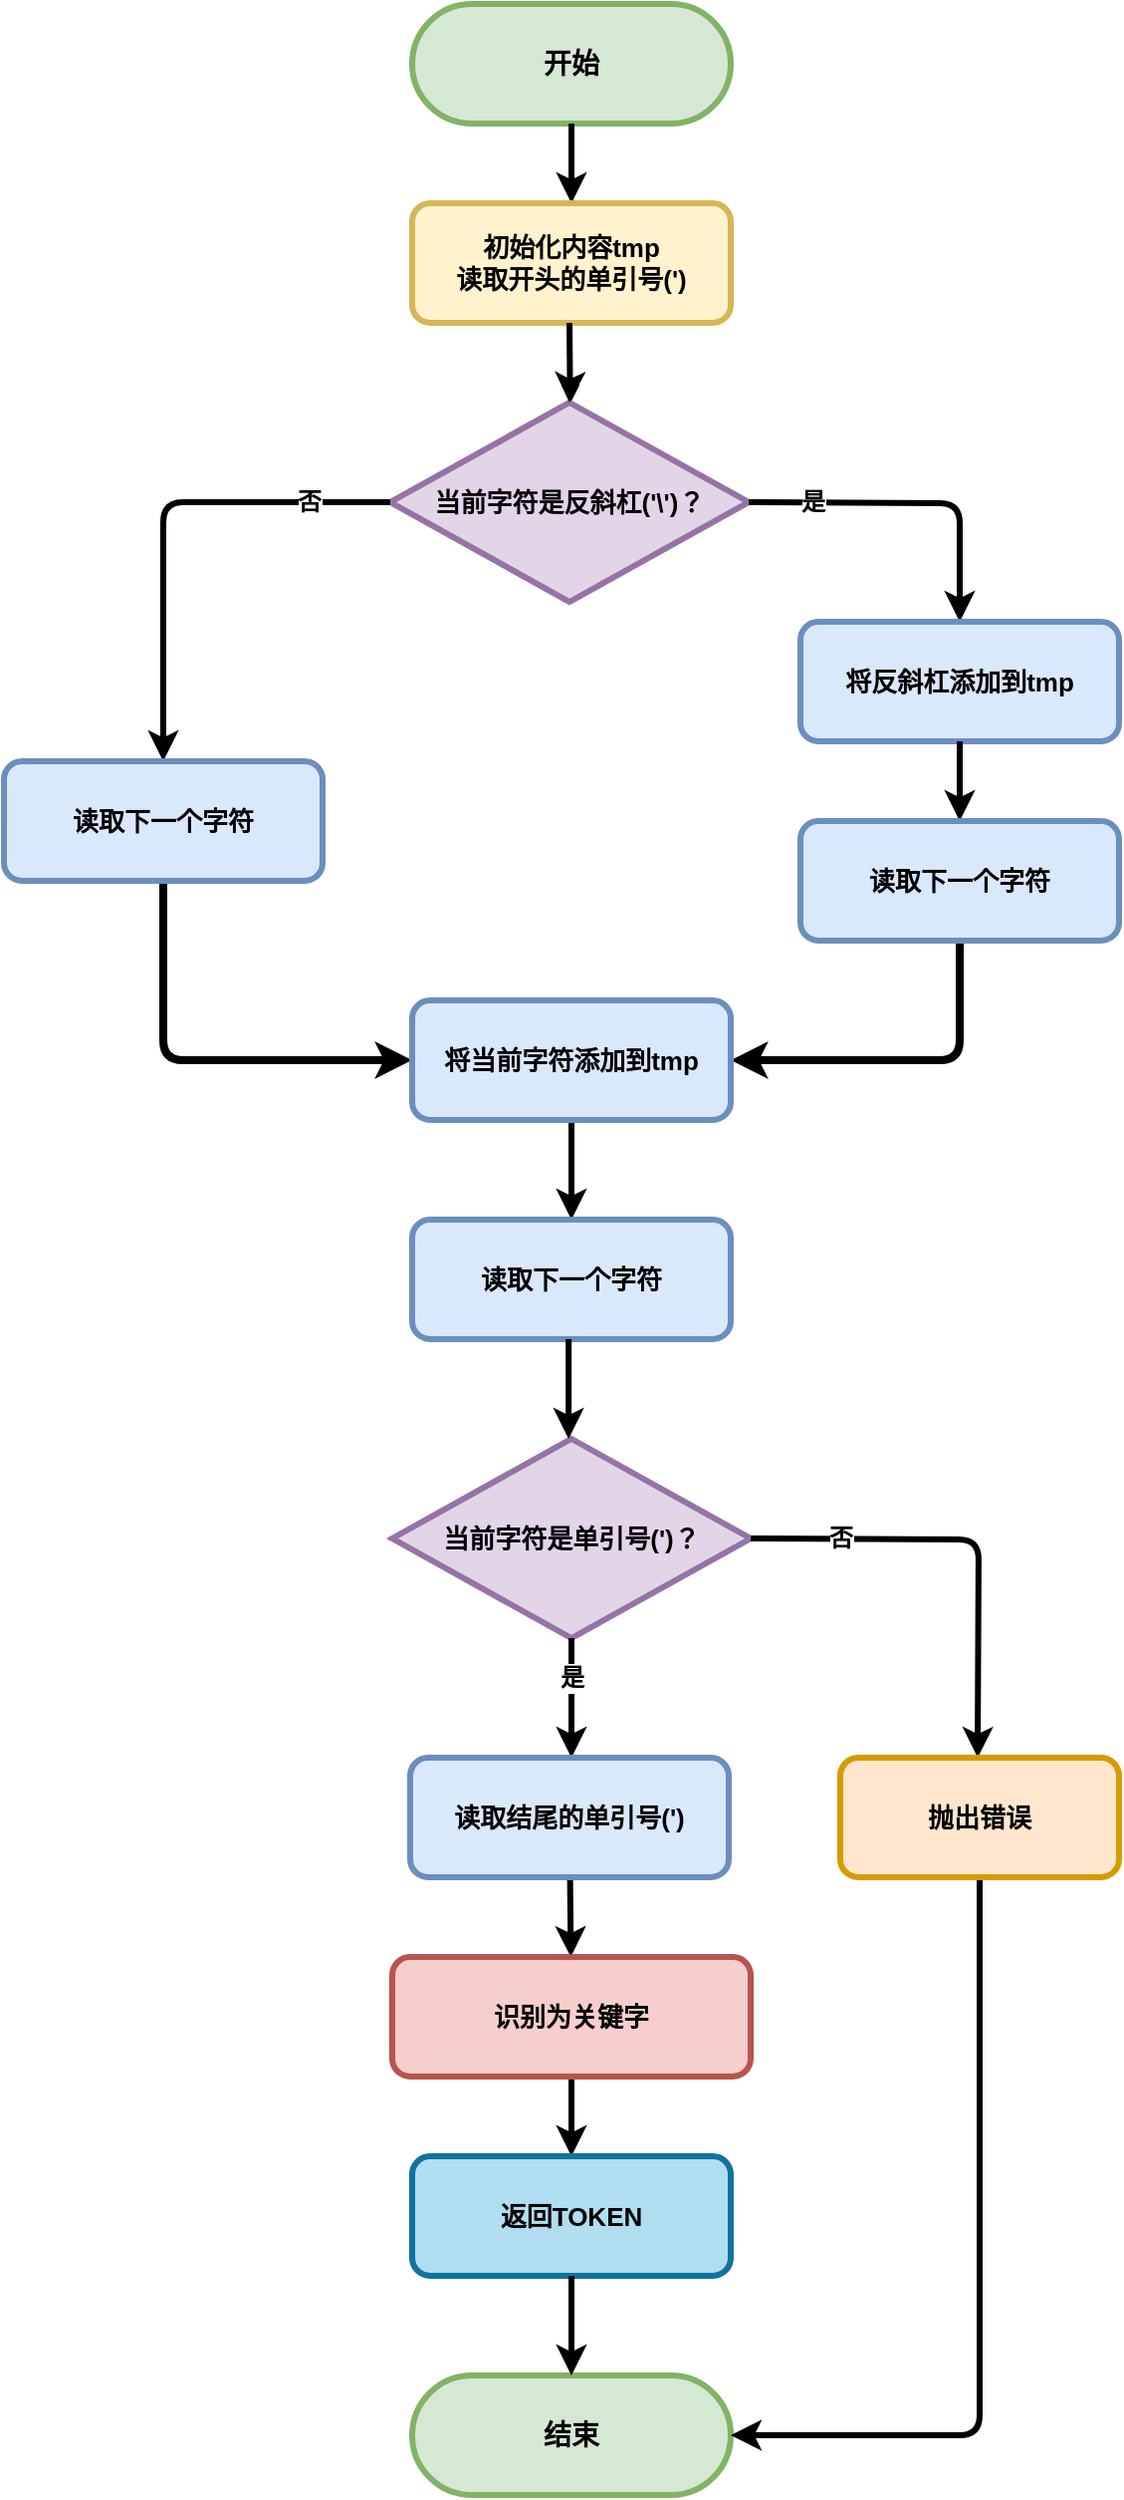
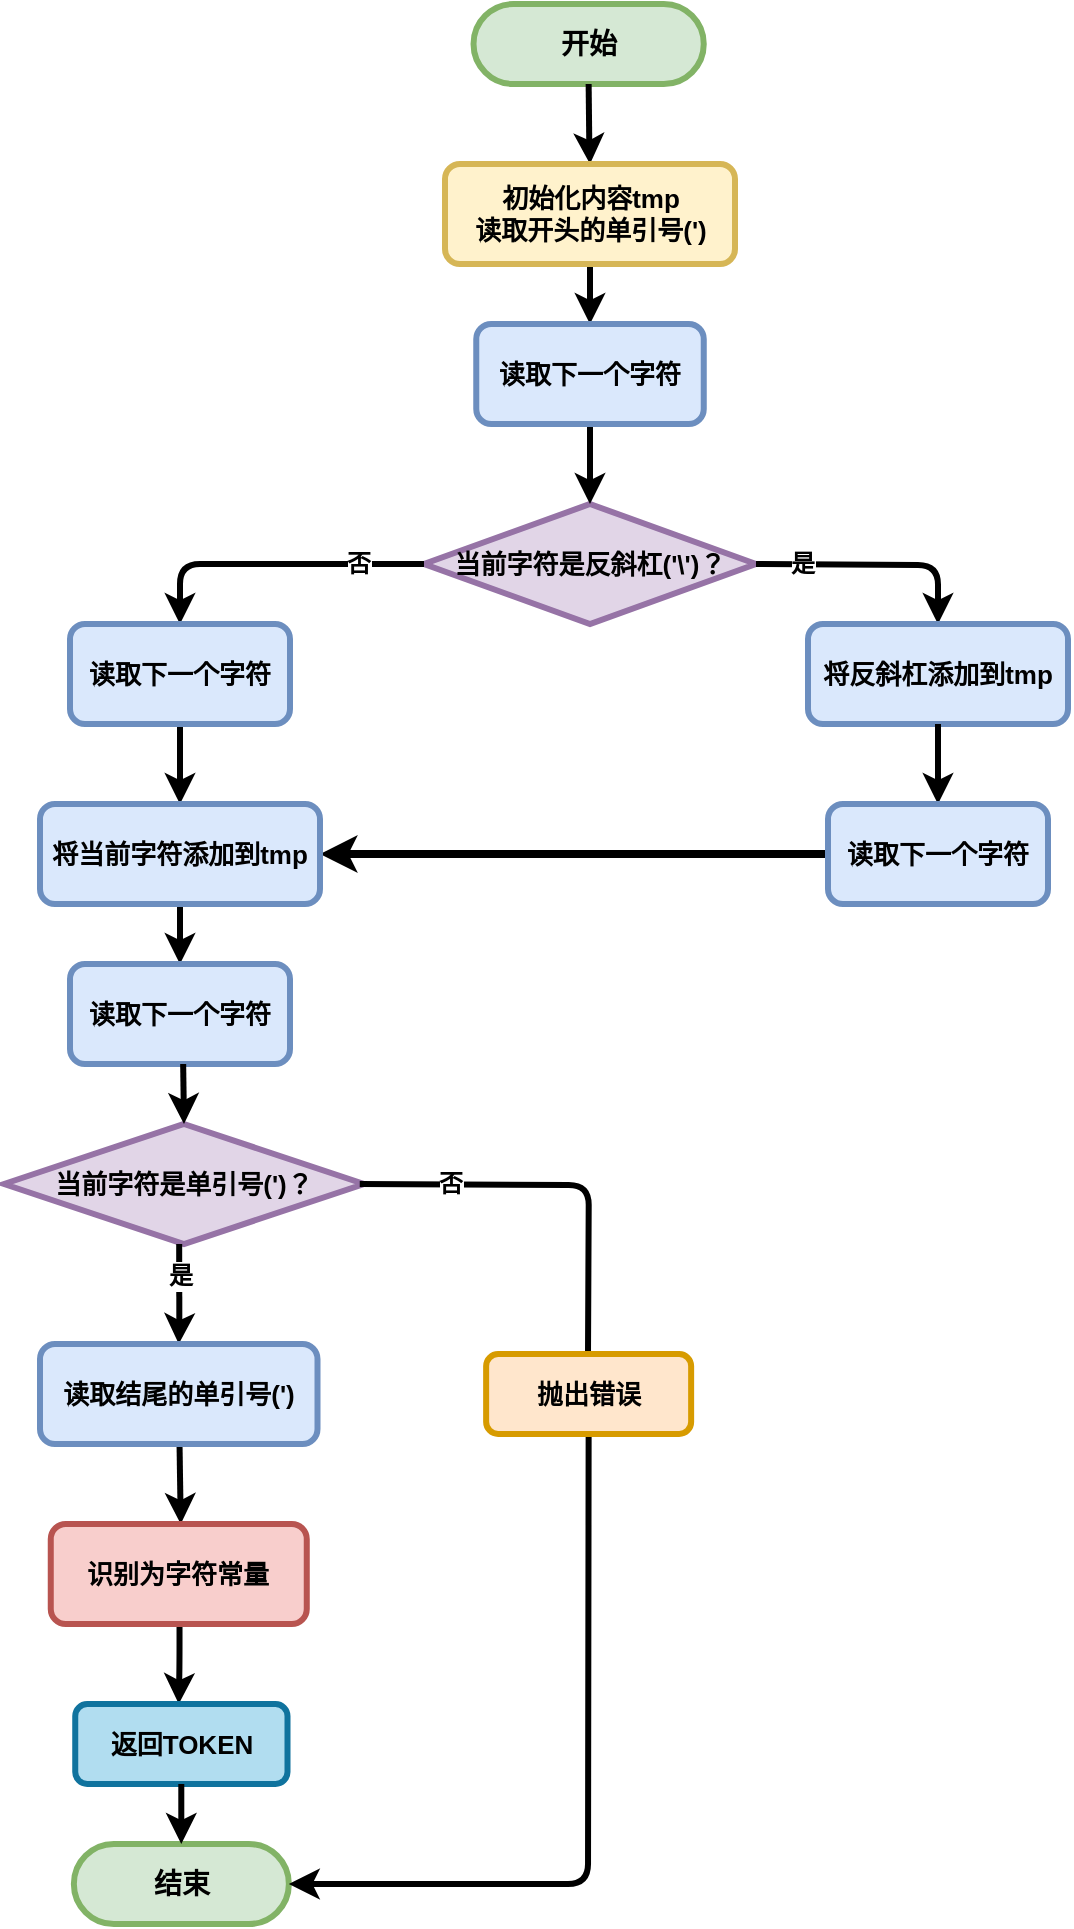
<mxfile host="65bd71144e">
    <diagram id="-xRuoSEagWSAfSQFpJ6b" name="第 1 页">
-         <mxGraphModel dx="954" dy="747" grid="1" gridSize="10" guides="1" tooltips="1" connect="1" arrows="1" fold="1" page="1" pageScale="1" pageWidth="1169" pageHeight="1654" math="0" shadow="0">
+         <mxGraphModel dx="1291" dy="1011" grid="1" gridSize="10" guides="1" tooltips="1" connect="1" arrows="1" fold="1" page="1" pageScale="1" pageWidth="1169" pageHeight="1654" math="0" shadow="0">
            <root>
                <mxCell id="0"/>
                <mxCell id="1" parent="0"/>
                <mxCell id="2" value="&lt;b&gt;开始&lt;/b&gt;" style="rounded=1;whiteSpace=wrap;html=1;fillColor=#d5e8d4;strokeColor=#82b366;strokeWidth=3;fontStyle=1;fontSize=14;arcSize=50;" vertex="1" parent="1">
-                     <mxGeometry x="505" y="130" width="160" height="60" as="geometry"/>
+                     <mxGeometry x="526.76" y="70" width="115.12" height="40" as="geometry"/>
                </mxCell>
                <mxCell id="4" value="" style="edgeStyle=orthogonalEdgeStyle;rounded=1;orthogonalLoop=1;jettySize=auto;html=1;strokeWidth=3;endArrow=classic;jumpStyle=arc;jumpSize=6;entryX=0.5;entryY=0;entryDx=0;entryDy=0;exitX=0.5;exitY=1;exitDx=0;exitDy=0;" edge="1" parent="1" source="2" target="7">
                    <mxGeometry relative="1" as="geometry">
-                         <mxPoint x="585" y="200" as="sourcePoint"/>
-                         <mxPoint x="584.71" y="220" as="targetPoint"/>
+                         <mxPoint x="585" y="110" as="sourcePoint"/>
+                         <mxPoint x="584.71" y="130" as="targetPoint"/>
                    </mxGeometry>
                </mxCell>
-                 <mxCell id="14" value="" style="edgeStyle=none;html=1;" edge="1" parent="1" source="7" target="8">
-                     <mxGeometry relative="1" as="geometry"/>
-                 </mxCell>
-                 <mxCell id="28" value="" style="edgeStyle=none;html=1;" edge="1" parent="1" source="7" target="8">
+                 <mxCell id="43" style="edgeStyle=none;html=1;exitX=0.5;exitY=1;exitDx=0;exitDy=0;entryX=0.5;entryY=0;entryDx=0;entryDy=0;strokeWidth=3;" edge="1" parent="1" source="7" target="42">
                    <mxGeometry relative="1" as="geometry"/>
                </mxCell>
                <mxCell id="7" value="&lt;b&gt;初始化内容tmp&lt;/b&gt;&lt;br&gt;读取开头的单引号(&#39;)" style="rounded=1;whiteSpace=wrap;html=1;fillColor=#fff2cc;strokeColor=#d6b656;strokeWidth=3;fontStyle=1;fontSize=13;" vertex="1" parent="1">
-                     <mxGeometry x="505" y="230" width="160" height="60" as="geometry"/>
+                     <mxGeometry x="512.5" y="150" width="145" height="50" as="geometry"/>
                </mxCell>
                <mxCell id="8" value="&lt;b&gt;当前字符是反斜杠(&#39;\&#39;)？&lt;/b&gt;" style="rhombus;whiteSpace=wrap;html=1;fillColor=#e1d5e7;strokeColor=#9673a6;strokeWidth=3;fontStyle=1;fontSize=13;" vertex="1" parent="1">
-                     <mxGeometry x="494" y="330" width="180" height="100" as="geometry"/>
+                     <mxGeometry x="502" y="320" width="166" height="60" as="geometry"/>
                </mxCell>
-                 <mxCell id="9" value="" style="edgeStyle=orthogonalEdgeStyle;rounded=1;orthogonalLoop=1;jettySize=auto;html=1;strokeWidth=3;endArrow=classic;jumpStyle=arc;jumpSize=6;entryX=0.5;entryY=0;entryDx=0;entryDy=0;" edge="1" parent="1" target="8">
+                 <mxCell id="9" value="" style="edgeStyle=orthogonalEdgeStyle;rounded=1;orthogonalLoop=1;jettySize=auto;html=1;strokeWidth=3;endArrow=classic;jumpStyle=arc;jumpSize=6;entryX=0.5;entryY=0;entryDx=0;entryDy=0;exitX=0.5;exitY=1;exitDx=0;exitDy=0;" edge="1" parent="1" source="42" target="8">
                    <mxGeometry relative="1" as="geometry">
                        <mxPoint x="584" y="290" as="sourcePoint"/>
                        <mxPoint x="583.71" y="320" as="targetPoint"/>
                    </mxGeometry>
                </mxCell>
                <mxCell id="10" value="&lt;b&gt;否&lt;/b&gt;" style="edgeStyle=orthogonalEdgeStyle;rounded=1;orthogonalLoop=1;jettySize=auto;html=1;strokeWidth=3;endArrow=classic;jumpStyle=arc;jumpSize=6;fontStyle=1;fontSize=12;exitX=0;exitY=0.5;exitDx=0;exitDy=0;entryX=0.5;entryY=0;entryDx=0;entryDy=0;" edge="1" parent="1" source="8" target="17">
-                     <mxGeometry x="-0.6635" relative="1" as="geometry">
+                     <mxGeometry x="-0.5583" relative="1" as="geometry">
                        <mxPoint x="490" y="380" as="sourcePoint"/>
                        <mxPoint x="390" y="625" as="targetPoint"/>
                        <mxPoint as="offset"/>
                    </mxGeometry>
                </mxCell>
                <mxCell id="12" value="&lt;b&gt;是&lt;/b&gt;" style="edgeStyle=orthogonalEdgeStyle;rounded=1;orthogonalLoop=1;jettySize=auto;html=1;strokeWidth=3;endArrow=classic;jumpStyle=arc;jumpSize=6;fontStyle=1;fontSize=12;exitX=0;exitY=0.5;exitDx=0;exitDy=0;entryX=0.5;entryY=0;entryDx=0;entryDy=0;" edge="1" parent="1" target="13">
                    <mxGeometry x="-0.6068" relative="1" as="geometry">
-                         <mxPoint x="674" y="380.001739130435" as="sourcePoint"/>
-                         <mxPoint x="778" y="510" as="targetPoint"/>
+                         <mxPoint x="668" y="350.001739130435" as="sourcePoint"/>
+                         <mxPoint x="772" y="480" as="targetPoint"/>
                        <mxPoint as="offset"/>
                    </mxGeometry>
                </mxCell>
                <mxCell id="13" value="&lt;span style=&quot;color: rgb(0, 0, 0);&quot;&gt;&lt;font style=&quot;&quot;&gt;将反斜杠添加到tmp&lt;/font&gt;&lt;/span&gt;" style="rounded=1;whiteSpace=wrap;html=1;fillColor=#dae8fc;strokeColor=#6c8ebf;strokeWidth=3;fontStyle=1;fontSize=13;" vertex="1" parent="1">
-                     <mxGeometry x="700" y="440" width="160" height="60" as="geometry"/>
+                     <mxGeometry x="694" y="380" width="130" height="50" as="geometry"/>
                </mxCell>
                <mxCell id="15" value="" style="edgeStyle=orthogonalEdgeStyle;rounded=1;orthogonalLoop=1;jettySize=auto;html=1;strokeWidth=3;endArrow=classic;jumpStyle=arc;jumpSize=6;entryX=0.5;entryY=0;entryDx=0;entryDy=0;exitX=0.5;exitY=1;exitDx=0;exitDy=0;" edge="1" parent="1" source="13" target="16">
                    <mxGeometry relative="1" as="geometry">
-                         <mxPoint x="790" y="590" as="sourcePoint"/>
-                         <mxPoint x="779.89" y="620" as="targetPoint"/>
+                         <mxPoint x="784" y="560" as="sourcePoint"/>
+                         <mxPoint x="773.89" y="590" as="targetPoint"/>
                    </mxGeometry>
                </mxCell>
-                 <mxCell id="23" style="edgeStyle=none;html=1;exitX=0.5;exitY=1;exitDx=0;exitDy=0;entryX=1;entryY=0.5;entryDx=0;entryDy=0;strokeWidth=4;" edge="1" parent="1" source="16" target="21">
+                 <mxCell id="23" style="edgeStyle=none;html=1;exitX=0;exitY=0.5;exitDx=0;exitDy=0;entryX=1;entryY=0.5;entryDx=0;entryDy=0;strokeWidth=4;" edge="1" parent="1" source="16">
                    <mxGeometry relative="1" as="geometry">
-                         <Array as="points">
-                             <mxPoint x="780" y="660"/>
-                         </Array>
+                         <mxPoint x="450" y="495" as="targetPoint"/>
+                         <Array as="points"/>
                    </mxGeometry>
                </mxCell>
                <mxCell id="16" value="读取下一个字符" style="rounded=1;whiteSpace=wrap;html=1;fillColor=#dae8fc;strokeColor=#6c8ebf;strokeWidth=3;fontStyle=1;fontSize=13;" vertex="1" parent="1">
-                     <mxGeometry x="700" y="540" width="160" height="60" as="geometry"/>
+                     <mxGeometry x="704" y="470" width="110" height="50" as="geometry"/>
                </mxCell>
-                 <mxCell id="22" style="edgeStyle=none;html=1;exitX=0.5;exitY=1;exitDx=0;exitDy=0;entryX=0;entryY=0.5;entryDx=0;entryDy=0;strokeWidth=4;" edge="1" parent="1" source="17" target="21">
-                     <mxGeometry relative="1" as="geometry">
-                         <mxPoint x="379.913043478261" y="680" as="targetPoint"/>
-                         <Array as="points">
-                             <mxPoint x="380" y="660"/>
-                         </Array>
-                     </mxGeometry>
+                 <mxCell id="44" style="edgeStyle=none;html=1;exitX=0.5;exitY=1;exitDx=0;exitDy=0;entryX=0.5;entryY=0;entryDx=0;entryDy=0;strokeWidth=3;" edge="1" parent="1" source="17" target="21">
+                     <mxGeometry relative="1" as="geometry"/>
                </mxCell>
                <mxCell id="17" value="读取下一个字符" style="rounded=1;whiteSpace=wrap;html=1;fillColor=#dae8fc;strokeColor=#6c8ebf;strokeWidth=3;fontStyle=1;fontSize=13;" vertex="1" parent="1">
-                     <mxGeometry x="300" y="510" width="160" height="60" as="geometry"/>
+                     <mxGeometry x="325" y="380" width="110" height="50" as="geometry"/>
                </mxCell>
                <mxCell id="25" style="edgeStyle=none;html=1;exitX=0.5;exitY=1;exitDx=0;exitDy=0;entryX=0.5;entryY=0;entryDx=0;entryDy=0;strokeWidth=3;" edge="1" parent="1" source="21" target="24">
                    <mxGeometry relative="1" as="geometry"/>
                </mxCell>
                <mxCell id="21" value="将当前字符添加到tmp" style="rounded=1;whiteSpace=wrap;html=1;fillColor=#dae8fc;strokeColor=#6c8ebf;strokeWidth=3;fontStyle=1;fontSize=13;" vertex="1" parent="1">
-                     <mxGeometry x="505" y="630" width="160" height="60" as="geometry"/>
+                     <mxGeometry x="310" y="470" width="140" height="50" as="geometry"/>
                </mxCell>
                <mxCell id="24" value="读取下一个字符" style="rounded=1;whiteSpace=wrap;html=1;fillColor=#dae8fc;strokeColor=#6c8ebf;strokeWidth=3;fontStyle=1;fontSize=13;" vertex="1" parent="1">
-                     <mxGeometry x="505" y="740" width="160" height="60" as="geometry"/>
+                     <mxGeometry x="325" y="550" width="110" height="50" as="geometry"/>
                </mxCell>
                <mxCell id="26" value="&lt;b&gt;当前字符是单引号&lt;/b&gt;&lt;span style=&quot;color: rgb(0, 0, 0);&quot;&gt;(&#39;)&lt;/span&gt;&lt;b&gt;？&lt;/b&gt;" style="rhombus;whiteSpace=wrap;html=1;fillColor=#e1d5e7;strokeColor=#9673a6;strokeWidth=3;fontStyle=1;fontSize=13;" vertex="1" parent="1">
-                     <mxGeometry x="495" y="850" width="180" height="100" as="geometry"/>
+                     <mxGeometry x="291.99" y="630" width="180" height="60" as="geometry"/>
                </mxCell>
-                 <mxCell id="27" style="edgeStyle=none;html=1;exitX=0.5;exitY=1;exitDx=0;exitDy=0;entryX=0.5;entryY=0;entryDx=0;entryDy=0;strokeWidth=3;" edge="1" parent="1">
+                 <mxCell id="27" style="edgeStyle=none;html=1;exitX=0.5;exitY=1;exitDx=0;exitDy=0;strokeWidth=3;" edge="1" parent="1">
                    <mxGeometry relative="1" as="geometry">
-                         <mxPoint x="583.57" y="800" as="sourcePoint"/>
-                         <mxPoint x="583.57" y="850" as="targetPoint"/>
+                         <mxPoint x="381.58000000000004" y="600" as="sourcePoint"/>
+                         <mxPoint x="382" y="630" as="targetPoint"/>
                    </mxGeometry>
                </mxCell>
                <mxCell id="31" value="&lt;b&gt;否&lt;/b&gt;" style="edgeStyle=orthogonalEdgeStyle;rounded=1;orthogonalLoop=1;jettySize=auto;html=1;strokeWidth=3;endArrow=classic;jumpStyle=arc;jumpSize=6;fontStyle=1;fontSize=12;exitX=0;exitY=0.5;exitDx=0;exitDy=0;" edge="1" parent="1">
                    <mxGeometry x="-0.5982" relative="1" as="geometry">
-                         <mxPoint x="675" y="900" as="sourcePoint"/>
-                         <mxPoint x="789" y="1010" as="targetPoint"/>
+                         <mxPoint x="469.88" y="660" as="sourcePoint"/>
+                         <mxPoint x="583.88" y="770" as="targetPoint"/>
                        <mxPoint as="offset"/>
                    </mxGeometry>
                </mxCell>
                <mxCell id="32" value="&lt;b&gt;是&lt;/b&gt;" style="edgeStyle=orthogonalEdgeStyle;rounded=1;orthogonalLoop=1;jettySize=auto;html=1;strokeWidth=3;endArrow=classic;jumpStyle=arc;jumpSize=6;fontStyle=1;fontSize=12;exitX=0;exitY=0.5;exitDx=0;exitDy=0;" edge="1" parent="1">
                    <mxGeometry x="-0.3334" relative="1" as="geometry">
-                         <mxPoint x="585" y="950.001739130435" as="sourcePoint"/>
-                         <mxPoint x="585" y="1010" as="targetPoint"/>
+                         <mxPoint x="379.58" y="690.001739130435" as="sourcePoint"/>
+                         <mxPoint x="379.38" y="740" as="targetPoint"/>
                        <mxPoint as="offset"/>
                    </mxGeometry>
                </mxCell>
-                 <mxCell id="35" value="" style="edgeStyle=none;html=1;strokeWidth=3;" edge="1" parent="1" source="33" target="34">
-                     <mxGeometry relative="1" as="geometry"/>
+                 <mxCell id="35" value="" style="edgeStyle=none;html=1;strokeWidth=3;" edge="1" parent="1" source="33">
+                     <mxGeometry relative="1" as="geometry">
+                         <mxPoint x="380.38" y="830" as="targetPoint"/>
+                     </mxGeometry>
                </mxCell>
                <mxCell id="33" value="读取结尾的&lt;b&gt;单引号&lt;/b&gt;&lt;span style=&quot;color: rgb(0, 0, 0);&quot;&gt;(&#39;)&lt;/span&gt;" style="rounded=1;whiteSpace=wrap;html=1;fillColor=#dae8fc;strokeColor=#6c8ebf;strokeWidth=3;fontStyle=1;fontSize=13;" vertex="1" parent="1">
-                     <mxGeometry x="504" y="1010" width="160" height="60" as="geometry"/>
+                     <mxGeometry x="310" y="740" width="138.75" height="50" as="geometry"/>
                </mxCell>
-                 <mxCell id="39" style="edgeStyle=none;html=1;exitX=0.5;exitY=1;exitDx=0;exitDy=0;strokeWidth=3;" edge="1" parent="1" source="34" target="36">
+                 <mxCell id="39" style="edgeStyle=none;html=1;exitX=0.5;exitY=1;exitDx=0;exitDy=0;strokeWidth=3;" edge="1" parent="1">
                    <mxGeometry relative="1" as="geometry">
+                         <mxPoint x="379.76" y="880" as="sourcePoint"/>
+                         <mxPoint x="379.38" y="920" as="targetPoint"/>
                        <Array as="points">
-                             <mxPoint x="585" y="1190"/>
+                             <mxPoint x="379.76" y="900"/>
                        </Array>
                    </mxGeometry>
                </mxCell>
-                 <mxCell id="34" value="&lt;b&gt;识别为关键字&lt;/b&gt;" style="rounded=1;whiteSpace=wrap;html=1;fillColor=#f8cecc;strokeColor=#b85450;strokeWidth=3;fontStyle=1;fontSize=13;" vertex="1" parent="1">
-                     <mxGeometry x="495" y="1110" width="180" height="60" as="geometry"/>
+                 <mxCell id="34" value="&lt;b&gt;识别为字符常量&lt;/b&gt;" style="rounded=1;whiteSpace=wrap;html=1;fillColor=#f8cecc;strokeColor=#b85450;strokeWidth=3;fontStyle=1;fontSize=13;" vertex="1" parent="1">
+                     <mxGeometry x="315.38" y="830" width="128" height="50" as="geometry"/>
                </mxCell>
                <mxCell id="36" value="&lt;b&gt;返回TOKEN&lt;/b&gt;" style="rounded=1;whiteSpace=wrap;html=1;fillColor=#b1ddf0;strokeColor=#10739e;strokeWidth=3;fontStyle=1;fontSize=13;" vertex="1" parent="1">
-                     <mxGeometry x="505" y="1210" width="160" height="60" as="geometry"/>
+                     <mxGeometry x="327.62" y="920" width="106.13" height="40" as="geometry"/>
                </mxCell>
                <mxCell id="37" value="&lt;b&gt;结束&lt;/b&gt;" style="rounded=1;whiteSpace=wrap;html=1;fillColor=#d5e8d4;strokeColor=#82b366;strokeWidth=3;fontStyle=1;fontSize=14;arcSize=50;" vertex="1" parent="1">
-                     <mxGeometry x="505" y="1320" width="160" height="60" as="geometry"/>
+                     <mxGeometry x="326.93" y="990" width="107.5" height="40" as="geometry"/>
                </mxCell>
                <mxCell id="38" value="" style="edgeStyle=orthogonalEdgeStyle;rounded=1;orthogonalLoop=1;jettySize=auto;html=1;strokeWidth=3;endArrow=classic;jumpStyle=arc;jumpSize=6;" edge="1" parent="1" source="36" target="37">
                    <mxGeometry relative="1" as="geometry"/>
                </mxCell>
                <mxCell id="41" style="edgeStyle=none;html=1;exitX=0.5;exitY=1;exitDx=0;exitDy=0;entryX=1;entryY=0.5;entryDx=0;entryDy=0;strokeWidth=3;" edge="1" parent="1" source="40" target="37">
                    <mxGeometry relative="1" as="geometry">
                        <Array as="points">
-                             <mxPoint x="790" y="1350"/>
+                             <mxPoint x="584" y="1010"/>
                        </Array>
                    </mxGeometry>
                </mxCell>
                <mxCell id="40" value="&lt;b&gt;抛出错误&lt;/b&gt;" style="rounded=1;whiteSpace=wrap;html=1;fillColor=#ffe6cc;strokeColor=#d79b00;strokeWidth=3;fontStyle=1;fontSize=13;" vertex="1" parent="1">
-                     <mxGeometry x="720" y="1010" width="140" height="60" as="geometry"/>
+                     <mxGeometry x="533.0699999999999" y="745" width="102.5" height="40" as="geometry"/>
+                 </mxCell>
+                 <mxCell id="42" value="读取下一个字符" style="rounded=1;whiteSpace=wrap;html=1;fillColor=#dae8fc;strokeColor=#6c8ebf;strokeWidth=3;fontStyle=1;fontSize=13;" vertex="1" parent="1">
+                     <mxGeometry x="528.13" y="230" width="113.75" height="50" as="geometry"/>
                </mxCell>
            </root>
        </mxGraphModel>
    </diagram>
</mxfile>